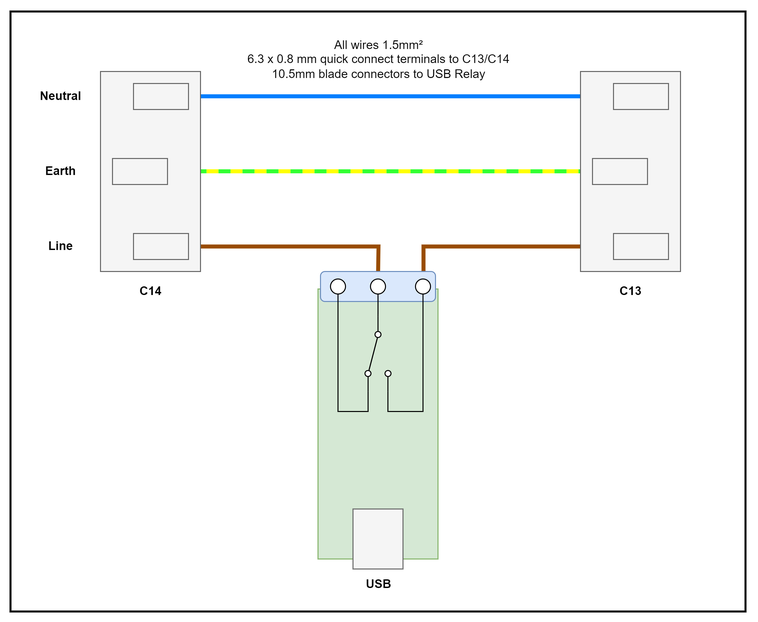
Above: documentation/images/wiring-diagram.png in balena-io-hardware/autokit-relay-3d (draw.io), before the change. Source tidied: cells renumbered, new cells last; positions are measured from the earlier drawing's top-left corner, leaving out a move shared by most shapes.
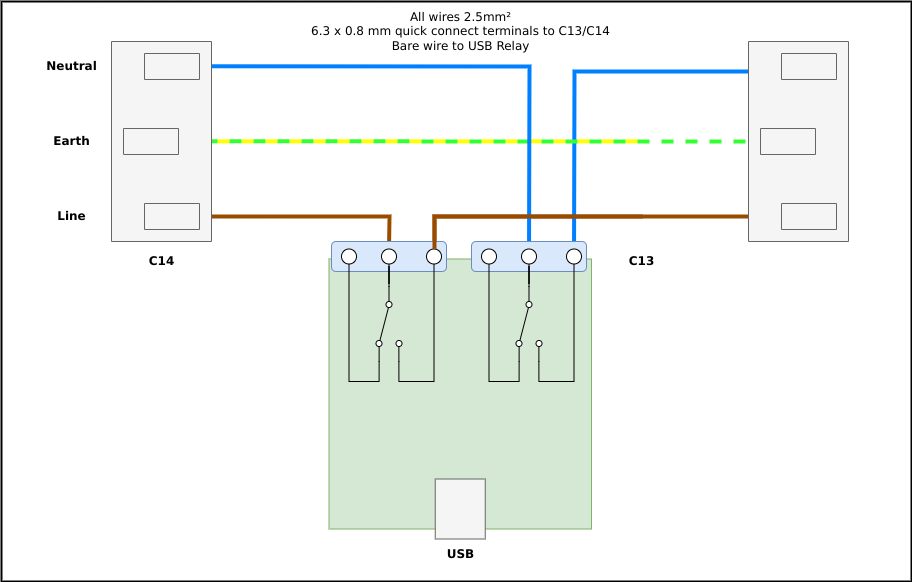
After the commit.

Commit message:
Add double relay support

The edit, as a diff of the source:
```diff
@@ -2,6 +2,16 @@
   <root>
     <mxCell id="0" />
     <mxCell id="1" parent="0" />
+    <mxCell id="28" style="endArrow=none;html=1;rounded=0;exitX=0.85;exitY=0;exitDx=0;exitDy=0;exitPerimeter=0;strokeWidth=4;strokeColor=#007FFF;entryX=0.5;entryY=1;entryDx=0;entryDy=0;" parent="1" edge="1" source="8" target="37">
+      <mxGeometry relative="1" as="geometry">
+        <Array as="points">
+          <mxPoint x="553" y="90" />
+        </Array>
+      </mxGeometry>
+    </mxCell>
+    <mxCell id="27" style="rounded=0;whiteSpace=wrap;html=1;fillColor=none;strokeWidth=2;" parent="1" vertex="1">
+      <mxGeometry x="-20" y="20" width="910" height="580" as="geometry" />
+    </mxCell>
     <mxCell id="2" style="endArrow=none;html=1;rounded=0;strokeColor=#994C00;strokeWidth=4;entryX=0.532;entryY=0.07;entryDx=0;entryDy=0;entryPerimeter=0;" parent="1" edge="1">
       <mxGeometry relative="1" as="geometry">
         <mxPoint x="621" y="235" as="sourcePoint" />
@@ -25,21 +35,21 @@
         <mxPoint x="622" y="159.8" as="targetPoint" />
       </mxGeometry>
     </mxCell>
-    <mxCell id="5" style="endArrow=none;html=1;rounded=0;entryX=0.876;entryY=0.5;entryDx=0;entryDy=0;entryPerimeter=0;exitX=0.876;exitY=0.8;exitDx=0;exitDy=0;exitPerimeter=0;strokeWidth=4;strokeColor=#33FF33;dashed=1;" parent="1" edge="1">
+    <mxCell id="5" style="endArrow=none;html=1;rounded=0;exitX=0.876;exitY=0.8;exitDx=0;exitDy=0;exitPerimeter=0;strokeWidth=4;strokeColor=#33FF33;dashed=1;" parent="1" edge="1" target="8">
       <mxGeometry relative="1" as="geometry">
         <mxPoint x="160" y="159.8" as="sourcePoint" />
-        <mxPoint x="610" y="159.8" as="targetPoint" />
       </mxGeometry>
     </mxCell>
-    <mxCell id="6" style="endArrow=none;html=1;rounded=0;entryX=0.876;entryY=0.5;entryDx=0;entryDy=0;entryPerimeter=0;exitX=0.876;exitY=0.8;exitDx=0;exitDy=0;exitPerimeter=0;strokeWidth=4;strokeColor=#007FFF;" parent="1" edge="1" source="7" target="8">
-      <mxGeometry relative="1" as="geometry" />
+    <mxCell id="6" style="endArrow=none;html=1;rounded=0;exitX=0.876;exitY=0.8;exitDx=0;exitDy=0;exitPerimeter=0;strokeWidth=4;strokeColor=#007FFF;entryX=0.5;entryY=1;entryDx=0;entryDy=0;" parent="1" edge="1" source="7" target="35">
+      <mxGeometry relative="1" as="geometry">
+        <Array as="points">
+          <mxPoint x="508" y="85" />
+        </Array>
+      </mxGeometry>
     </mxCell>
     <mxCell id="7" style="verticalLabelPosition=bottom;shadow=0;dashed=0;align=center;html=1;verticalAlign=top;shape=mxgraph.electrical.miscellaneous.ac_out;rotation=-90;fillColor=#f5f5f5;fontColor=#333333;strokeColor=#666666;" parent="1" vertex="1">
       <mxGeometry x="40" y="110" width="200" height="100" as="geometry" />
     </mxCell>
-    <mxCell id="8" style="verticalLabelPosition=bottom;shadow=0;dashed=0;align=center;html=1;verticalAlign=top;shape=mxgraph.electrical.miscellaneous.ac_out;rotation=-90;fillColor=#f5f5f5;fontColor=#333333;strokeColor=#666666;" parent="1" vertex="1">
-      <mxGeometry x="520" y="110" width="200" height="100" as="geometry" />
-    </mxCell>
     <mxCell id="9" value="&lt;b&gt;Neutral&lt;/b&gt;" style="text;html=1;align=center;verticalAlign=middle;strokeColor=none;fillColor=none;" parent="1" vertex="1">
       <mxGeometry x="20" y="70" width="60" height="30" as="geometry" />
     </mxCell>
@@ -49,53 +59,89 @@
     <mxCell id="11" value="&lt;b&gt;Line&lt;/b&gt;" style="text;html=1;align=center;verticalAlign=middle;strokeColor=none;fillColor=none;" parent="1" vertex="1">
       <mxGeometry x="25" y="220" width="50" height="30" as="geometry" />
     </mxCell>
-    <mxCell id="12" style="group;" parent="1" vertex="1">
-      <mxGeometry x="307.5" y="260" width="120" height="327.5" as="geometry" />
-    </mxCell>
+    <mxCell id="24" value="All wires 2.5mm²&lt;br&gt;6.3 x 0.8 mm quick connect terminals to C13/C14&lt;br&gt;Bare wire to USB Relay" style="text;html=1;align=center;verticalAlign=middle;strokeColor=none;fillColor=none;" parent="1" vertex="1">
+      <mxGeometry x="278.8" y="20" width="320" height="60" as="geometry" />
+    </mxCell>
+    <mxCell id="25" value="&lt;b&gt;C13&lt;/b&gt;" style="text;html=1;align=center;verticalAlign=middle;strokeColor=none;fillColor=none;" parent="1" vertex="1">
+      <mxGeometry x="595" y="265" width="50" height="30" as="geometry" />
+    </mxCell>
+    <mxCell id="26" value="&lt;b&gt;C14&lt;/b&gt;" style="text;html=1;align=center;verticalAlign=middle;strokeColor=none;fillColor=none;" parent="1" vertex="1">
+      <mxGeometry x="115" y="265" width="50" height="30" as="geometry" />
+    </mxCell>
-    <mxCell id="13" style="rounded=0;whiteSpace=wrap;html=1;fillColor=#d5e8d4;strokeColor=#82b366;" parent="12" vertex="1">
-      <mxGeometry y="17.5" width="120" height="270" as="geometry" />
+    <mxCell id="13" style="rounded=0;whiteSpace=wrap;html=1;fillColor=#d5e8d4;strokeColor=#82b366;" parent="1" vertex="1">
+      <mxGeometry x="307.5" y="277.5" width="262.5" height="270" as="geometry" />
     </mxCell>
+    <mxCell id="22" style="rounded=0;whiteSpace=wrap;html=1;fillColor=#f5f5f5;fontColor=#333333;strokeColor=#666666;" parent="1" vertex="1">
+      <mxGeometry x="413.8" y="497.5" width="50" height="60" as="geometry" />
+    </mxCell>
+    <mxCell id="23" value="&lt;b&gt;USB&lt;/b&gt;" style="text;html=1;align=center;verticalAlign=middle;strokeColor=none;fillColor=none;" parent="1" vertex="1">
+      <mxGeometry x="413.8" y="557.5" width="50" height="30" as="geometry" />
+    </mxCell>
+    <mxCell id="29" style="group;" parent="1" vertex="1">
+      <mxGeometry x="310" y="260" width="115" height="120" as="geometry" />
+    </mxCell>
-    <mxCell id="14" style="shape=mxgraph.electrical.electro-mechanical.twoWaySwitch;elSwitchState=2;rotation=90;flipH=0;flipV=1;" parent="12" vertex="1">
-      <mxGeometry x="22.5" y="69.5" width="75" height="26" as="geometry" />
+    <mxCell id="14" style="shape=mxgraph.electrical.electro-mechanical.twoWaySwitch;elSwitchState=2;rotation=90;flipH=0;flipV=1;" parent="29" vertex="1">
+      <mxGeometry x="20" y="69.5" width="75" height="26" as="geometry" />
     </mxCell>
-    <mxCell id="15" style="rounded=1;whiteSpace=wrap;html=1;fillColor=#dae8fc;strokeColor=#6c8ebf;" parent="12" vertex="1">
-      <mxGeometry x="2.5" width="115" height="30" as="geometry" />
+    <mxCell id="15" style="rounded=1;whiteSpace=wrap;html=1;fillColor=#dae8fc;strokeColor=#6c8ebf;" parent="29" vertex="1">
+      <mxGeometry width="115" height="30" as="geometry" />
     </mxCell>
-    <mxCell id="16" style="verticalLabelPosition=bottom;shadow=0;dashed=0;align=center;html=1;verticalAlign=top;strokeWidth=1;shape=ellipse;perimeter=ellipsePerimeter;" parent="12" vertex="1">
-      <mxGeometry x="12.5" y="7.5" width="15" height="15" as="geometry" />
+    <mxCell id="16" style="verticalLabelPosition=bottom;shadow=0;dashed=0;align=center;html=1;verticalAlign=top;strokeWidth=1;shape=ellipse;perimeter=ellipsePerimeter;" parent="29" vertex="1">
+      <mxGeometry x="10" y="7.5" width="15" height="15" as="geometry" />
     </mxCell>
-    <mxCell id="17" style="edgeStyle=orthogonalEdgeStyle;rounded=0;jettySize=auto;html=1;exitX=1;exitY=0.88;exitDx=0;exitDy=0;entryX=0.5;entryY=1;entryDx=0;entryDy=0;endArrow=none;endFill=0;" parent="12" edge="1" source="14" target="16">
+    <mxCell id="17" style="edgeStyle=orthogonalEdgeStyle;rounded=0;jettySize=auto;html=1;exitX=1;exitY=0.88;exitDx=0;exitDy=0;entryX=0.5;entryY=1;entryDx=0;entryDy=0;endArrow=none;endFill=0;" parent="29" edge="1" source="14" target="16">
       <mxGeometry relative="1" as="geometry" />
     </mxCell>
-    <mxCell id="18" style="verticalLabelPosition=bottom;shadow=0;dashed=0;align=center;html=1;verticalAlign=top;strokeWidth=1;shape=ellipse;perimeter=ellipsePerimeter;" parent="12" vertex="1">
-      <mxGeometry x="52.5" y="7.5" width="15" height="15" as="geometry" />
+    <mxCell id="18" style="verticalLabelPosition=bottom;shadow=0;dashed=0;align=center;html=1;verticalAlign=top;strokeWidth=1;shape=ellipse;perimeter=ellipsePerimeter;" parent="29" vertex="1">
+      <mxGeometry x="50" y="7.5" width="15" height="15" as="geometry" />
     </mxCell>
-    <mxCell id="19" style="edgeStyle=orthogonalEdgeStyle;rounded=0;jettySize=auto;html=1;exitX=0;exitY=0.5;exitDx=0;exitDy=0;endArrow=none;endFill=0;" parent="12" edge="1" source="14" target="18">
+    <mxCell id="19" style="edgeStyle=orthogonalEdgeStyle;rounded=0;jettySize=auto;html=1;exitX=0;exitY=0.5;exitDx=0;exitDy=0;endArrow=none;endFill=0;" parent="29" edge="1" source="14" target="18">
       <mxGeometry relative="1" as="geometry" />
     </mxCell>
-    <mxCell id="20" style="verticalLabelPosition=bottom;shadow=0;dashed=0;align=center;html=1;verticalAlign=top;strokeWidth=1;shape=ellipse;perimeter=ellipsePerimeter;" parent="12" vertex="1">
-      <mxGeometry x="97.5" y="7.5" width="15" height="15" as="geometry" />
+    <mxCell id="20" style="verticalLabelPosition=bottom;shadow=0;dashed=0;align=center;html=1;verticalAlign=top;strokeWidth=1;shape=ellipse;perimeter=ellipsePerimeter;" parent="29" vertex="1">
+      <mxGeometry x="95" y="7.5" width="15" height="15" as="geometry" />
     </mxCell>
-    <mxCell id="21" style="edgeStyle=orthogonalEdgeStyle;rounded=0;jettySize=auto;html=1;exitX=1;exitY=0.12;exitDx=0;exitDy=0;endArrow=none;endFill=0;" parent="12" edge="1" source="14" target="20">
+    <mxCell id="21" style="edgeStyle=orthogonalEdgeStyle;rounded=0;jettySize=auto;html=1;exitX=1;exitY=0.12;exitDx=0;exitDy=0;endArrow=none;endFill=0;" parent="29" edge="1" source="14" target="20">
       <mxGeometry relative="1" as="geometry" />
     </mxCell>
-    <mxCell id="22" style="rounded=0;whiteSpace=wrap;html=1;fillColor=#f5f5f5;fontColor=#333333;strokeColor=#666666;" parent="12" vertex="1">
-      <mxGeometry x="35" y="237.5" width="50" height="60" as="geometry" />
-    </mxCell>
-    <mxCell id="23" value="&lt;b&gt;USB&lt;/b&gt;" style="text;html=1;align=center;verticalAlign=middle;strokeColor=none;fillColor=none;" parent="12" vertex="1">
-      <mxGeometry x="35" y="297.5" width="50" height="30" as="geometry" />
-    </mxCell>
-    <mxCell id="24" value="All wires 1.5mm²&lt;br&gt;6.3 x 0.8 mm quick connect terminals to C13/C14&lt;br&gt;10.5mm blade connectors to USB Relay" style="text;html=1;align=center;verticalAlign=middle;strokeColor=none;fillColor=none;" parent="1" vertex="1">
-      <mxGeometry x="222.5" y="18" width="290" height="60" as="geometry" />
-    </mxCell>
-    <mxCell id="25" value="&lt;b&gt;C13&lt;/b&gt;" style="text;html=1;align=center;verticalAlign=middle;strokeColor=none;fillColor=none;" parent="1" vertex="1">
-      <mxGeometry x="595" y="265" width="50" height="30" as="geometry" />
-    </mxCell>
-    <mxCell id="26" value="&lt;b&gt;C14&lt;/b&gt;" style="text;html=1;align=center;verticalAlign=middle;strokeColor=none;fillColor=none;" parent="1" vertex="1">
-      <mxGeometry x="115" y="265" width="50" height="30" as="geometry" />
-    </mxCell>
-    <mxCell id="27" style="rounded=0;whiteSpace=wrap;html=1;fillColor=none;strokeWidth=2;" parent="1" vertex="1">
-      <mxGeometry width="735" height="600" as="geometry" />
-    </mxCell>
+    <mxCell id="30" style="group;" parent="1" vertex="1">
+      <mxGeometry x="450" y="260" width="115" height="120" as="geometry" />
+    </mxCell>
+    <mxCell id="31" style="shape=mxgraph.electrical.electro-mechanical.twoWaySwitch;elSwitchState=2;rotation=90;flipH=0;flipV=1;" parent="30" vertex="1">
+      <mxGeometry x="20" y="69.5" width="75" height="26" as="geometry" />
+    </mxCell>
+    <mxCell id="32" style="rounded=1;whiteSpace=wrap;html=1;fillColor=#dae8fc;strokeColor=#6c8ebf;" parent="30" vertex="1">
+      <mxGeometry width="115" height="30" as="geometry" />
+    </mxCell>
+    <mxCell id="33" style="verticalLabelPosition=bottom;shadow=0;dashed=0;align=center;html=1;verticalAlign=top;strokeWidth=1;shape=ellipse;perimeter=ellipsePerimeter;" parent="30" vertex="1">
+      <mxGeometry x="10" y="7.5" width="15" height="15" as="geometry" />
+    </mxCell>
+    <mxCell id="34" style="edgeStyle=orthogonalEdgeStyle;rounded=0;jettySize=auto;html=1;exitX=1;exitY=0.88;exitDx=0;exitDy=0;entryX=0.5;entryY=1;entryDx=0;entryDy=0;endArrow=none;endFill=0;" parent="30" edge="1" source="31" target="33">
+      <mxGeometry relative="1" as="geometry" />
+    </mxCell>
+    <mxCell id="35" style="verticalLabelPosition=bottom;shadow=0;dashed=0;align=center;html=1;verticalAlign=top;strokeWidth=1;shape=ellipse;perimeter=ellipsePerimeter;" parent="30" vertex="1">
+      <mxGeometry x="50" y="7.5" width="15" height="15" as="geometry" />
+    </mxCell>
+    <mxCell id="36" style="edgeStyle=orthogonalEdgeStyle;rounded=0;jettySize=auto;html=1;exitX=0;exitY=0.5;exitDx=0;exitDy=0;endArrow=none;endFill=0;" parent="30" edge="1" source="31" target="35">
+      <mxGeometry relative="1" as="geometry" />
+    </mxCell>
+    <mxCell id="37" style="verticalLabelPosition=bottom;shadow=0;dashed=0;align=center;html=1;verticalAlign=top;strokeWidth=1;shape=ellipse;perimeter=ellipsePerimeter;" parent="30" vertex="1">
+      <mxGeometry x="95" y="7.5" width="15" height="15" as="geometry" />
+    </mxCell>
+    <mxCell id="38" style="edgeStyle=orthogonalEdgeStyle;rounded=0;jettySize=auto;html=1;exitX=1;exitY=0.12;exitDx=0;exitDy=0;endArrow=none;endFill=0;" parent="30" edge="1" source="31" target="37">
+      <mxGeometry relative="1" as="geometry" />
+    </mxCell>
+    <mxCell id="39" style="endArrow=none;html=1;rounded=0;strokeColor=#994C00;strokeWidth=4;entryX=0.532;entryY=0.07;entryDx=0;entryDy=0;entryPerimeter=0;" parent="1" edge="1">
+      <mxGeometry relative="1" as="geometry">
+        <mxPoint x="780" y="235" as="sourcePoint" />
+        <mxPoint x="413" y="267.6" as="targetPoint" />
+        <Array as="points">
+          <mxPoint x="413" y="235" />
+        </Array>
+      </mxGeometry>
+    </mxCell>
+    <mxCell id="8" style="verticalLabelPosition=bottom;shadow=0;dashed=0;align=center;html=1;verticalAlign=top;shape=mxgraph.electrical.miscellaneous.ac_out;rotation=-90;fillColor=#f5f5f5;fontColor=#333333;strokeColor=#666666;" parent="1" vertex="1">
+      <mxGeometry x="677" y="110" width="200" height="100" as="geometry" />
+    </mxCell>
   </root>
 </mxGraphModel>
```
